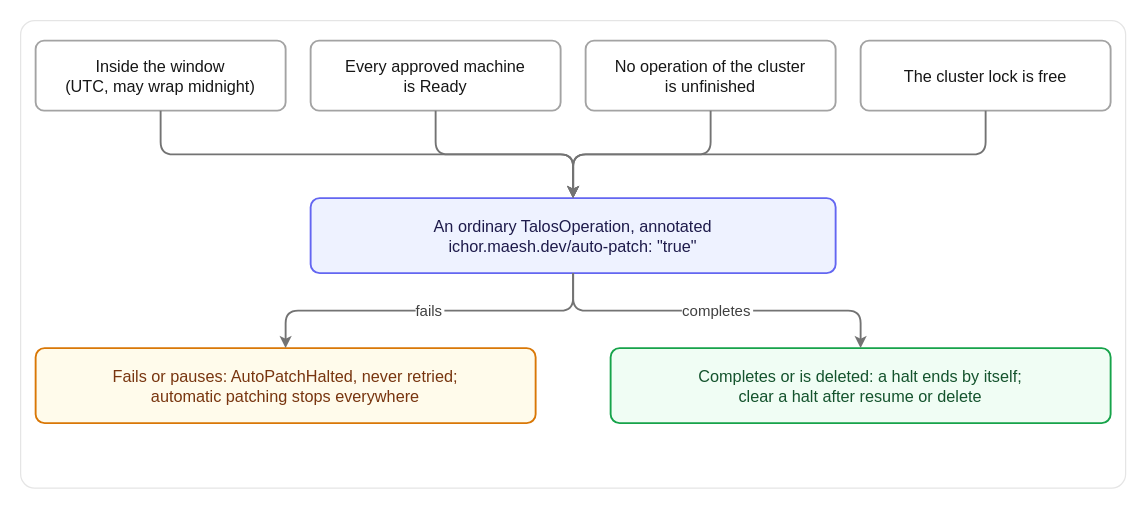
maeshinshin/ichor keeps this draw.io diagram as docs/images/settings-auto-patch-gates.drawio. Above is the earlier version. Source tidied: cells renumbered, new cells numbered last; positions are measured from the earlier drawing's top-left corner, leaving out a move shared by most shapes. Both pictures are drawn from the tidied source at 125%, with x=0, y=0 at pixel (20, 20).
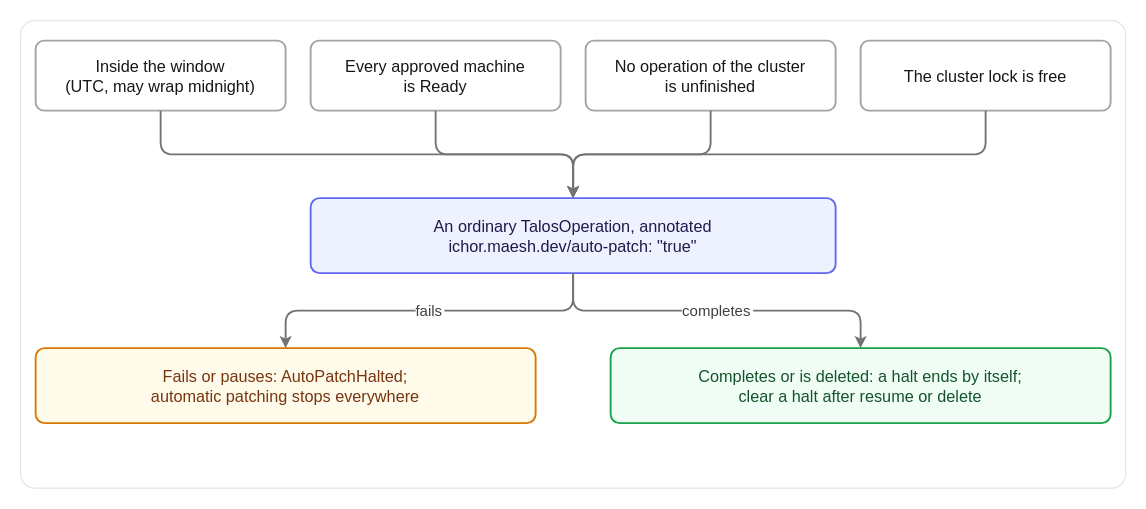
The same page after the edit.

Commit message (it also covers changes not shown here):
docs(settings): shorten the settings pages, drop Cilium from automatic patching

Change to the diagram source:
```diff
@@
 <mxGraphModel>
   <root>
     <mxCell id="0" />
     <mxCell id="1" parent="0" />
     <mxCell id="2" style="rounded=1;arcSize=3;fillColor=light-dark(#FFFFFF,#0A0A0A);strokeColor=light-dark(#E5E5E5,#262626);strokeWidth=1;html=0;" parent="1" vertex="1">
       <mxGeometry width="884" height="374" as="geometry" />
     </mxCell>
     <mxCell id="3" value="Inside the window&#10;(UTC, may wrap midnight)" style="rounded=1;arcSize=12;fillColor=light-dark(#FFFFFF,#1A1A1A);strokeColor=light-dark(#A3A3A3,#525252);strokeWidth=1.5;fontColor=light-dark(#171717,#FAFAFA);fontFamily=Helvetica;fontSize=13;align=center;verticalAlign=middle;html=0;" parent="1" vertex="1">
       <mxGeometry x="12" y="16" width="200" height="56" as="geometry" />
     </mxCell>
     <mxCell id="4" value="Every approved machine&#10;is Ready" style="rounded=1;arcSize=12;fillColor=light-dark(#FFFFFF,#1A1A1A);strokeColor=light-dark(#A3A3A3,#525252);strokeWidth=1.5;fontColor=light-dark(#171717,#FAFAFA);fontFamily=Helvetica;fontSize=13;align=center;verticalAlign=middle;html=0;" parent="1" vertex="1">
       <mxGeometry x="232" y="16" width="200" height="56" as="geometry" />
     </mxCell>
     <mxCell id="5" value="No operation of the cluster&#10;is unfinished" style="rounded=1;arcSize=12;fillColor=light-dark(#FFFFFF,#1A1A1A);strokeColor=light-dark(#A3A3A3,#525252);strokeWidth=1.5;fontColor=light-dark(#171717,#FAFAFA);fontFamily=Helvetica;fontSize=13;align=center;verticalAlign=middle;html=0;" parent="1" vertex="1">
       <mxGeometry x="452" y="16" width="200" height="56" as="geometry" />
     </mxCell>
     <mxCell id="6" value="The cluster lock is free" style="rounded=1;arcSize=12;fillColor=light-dark(#FFFFFF,#1A1A1A);strokeColor=light-dark(#A3A3A3,#525252);strokeWidth=1.5;fontColor=light-dark(#171717,#FAFAFA);fontFamily=Helvetica;fontSize=13;align=center;verticalAlign=middle;html=0;" parent="1" vertex="1">
       <mxGeometry x="672" y="16" width="200" height="56" as="geometry" />
     </mxCell>
     <mxCell id="7" value="An ordinary TalosOperation, annotated&#10;ichor.maesh.dev/auto-patch: &quot;true&quot;" style="rounded=1;arcSize=12;fillColor=light-dark(#EEF2FF,#232553);strokeColor=light-dark(#6366F1,#818CF8);strokeWidth=1.5;fontColor=light-dark(#1E1B4B,#E0E7FF);fontFamily=Helvetica;fontSize=13;align=center;verticalAlign=middle;html=0;" parent="1" vertex="1">
       <mxGeometry x="232" y="142" width="420" height="60" as="geometry" />
     </mxCell>
-    <mxCell id="8" value="Fails or pauses: AutoPatchHalted, never retried;&#10;automatic patching stops everywhere" style="rounded=1;arcSize=12;fillColor=light-dark(#FFFBEB,#2B2008);strokeColor=light-dark(#D97706,#FBBF24);strokeWidth=1.5;fontColor=light-dark(#78350F,#FDE68A);fontFamily=Helvetica;fontSize=13;align=center;verticalAlign=middle;html=0;" parent="1" vertex="1">
+    <mxCell id="8" value="Fails or pauses: AutoPatchHalted;&#10;automatic patching stops everywhere" style="rounded=1;arcSize=12;fillColor=light-dark(#FFFBEB,#2B2008);strokeColor=light-dark(#D97706,#FBBF24);strokeWidth=1.5;fontColor=light-dark(#78350F,#FDE68A);fontFamily=Helvetica;fontSize=13;align=center;verticalAlign=middle;html=0;" parent="1" vertex="1">
       <mxGeometry x="12" y="262" width="400" height="60" as="geometry" />
     </mxCell>
     <mxCell id="9" value="Completes or is deleted: a halt ends by itself;&#10;clear a halt after resume or delete" style="rounded=1;arcSize=12;fillColor=light-dark(#F0FDF4,#0E2A1B);strokeColor=light-dark(#16A34A,#4ADE80);strokeWidth=1.5;fontColor=light-dark(#14532D,#BBF7D0);fontFamily=Helvetica;fontSize=13;align=center;verticalAlign=middle;html=0;" parent="1" vertex="1">
       <mxGeometry x="472" y="262" width="400" height="60" as="geometry" />
     </mxCell>
     <mxCell id="10" style="edgeStyle=orthogonalEdgeStyle;rounded=1;jettySize=auto;html=0;strokeColor=light-dark(#737373,#A3A3A3);strokeWidth=1.5;endArrow=classic;endFill=1;endSize=5;fontFamily=Helvetica;fontSize=12;fontColor=light-dark(#404040,#D4D4D4);exitX=0.5;exitY=1;exitDx=0;exitDy=0;entryX=0.5;entryY=0;entryDx=0;entryDy=0;" parent="1" edge="1" source="3" target="7">
       <mxGeometry relative="1" as="geometry" />
     </mxCell>
     <mxCell id="11" style="edgeStyle=orthogonalEdgeStyle;rounded=1;jettySize=auto;html=0;strokeColor=light-dark(#737373,#A3A3A3);strokeWidth=1.5;endArrow=classic;endFill=1;endSize=5;fontFamily=Helvetica;fontSize=12;fontColor=light-dark(#404040,#D4D4D4);exitX=0.5;exitY=1;exitDx=0;exitDy=0;entryX=0.5;entryY=0;entryDx=0;entryDy=0;" parent="1" edge="1" source="4" target="7">
       <mxGeometry relative="1" as="geometry" />
     </mxCell>
     <mxCell id="12" style="edgeStyle=orthogonalEdgeStyle;rounded=1;jettySize=auto;html=0;strokeColor=light-dark(#737373,#A3A3A3);strokeWidth=1.5;endArrow=classic;endFill=1;endSize=5;fontFamily=Helvetica;fontSize=12;fontColor=light-dark(#404040,#D4D4D4);exitX=0.5;exitY=1;exitDx=0;exitDy=0;entryX=0.5;entryY=0;entryDx=0;entryDy=0;" parent="1" edge="1" source="5" target="7">
       <mxGeometry relative="1" as="geometry" />
     </mxCell>
     <mxCell id="13" style="edgeStyle=orthogonalEdgeStyle;rounded=1;jettySize=auto;html=0;strokeColor=light-dark(#737373,#A3A3A3);strokeWidth=1.5;endArrow=classic;endFill=1;endSize=5;fontFamily=Helvetica;fontSize=12;fontColor=light-dark(#404040,#D4D4D4);exitX=0.5;exitY=1;exitDx=0;exitDy=0;entryX=0.5;entryY=0;entryDx=0;entryDy=0;" parent="1" edge="1" source="6" target="7">
       <mxGeometry relative="1" as="geometry" />
     </mxCell>
     <mxCell id="14" value="fails" style="edgeStyle=orthogonalEdgeStyle;rounded=1;jettySize=auto;html=0;strokeColor=light-dark(#737373,#A3A3A3);strokeWidth=1.5;endArrow=classic;endFill=1;endSize=5;fontFamily=Helvetica;fontSize=12;fontColor=light-dark(#404040,#D4D4D4);exitX=0.5;exitY=1;exitDx=0;exitDy=0;entryX=0.5;entryY=0;entryDx=0;entryDy=0;" parent="1" edge="1" source="7" target="8">
       <mxGeometry relative="1" as="geometry" />
     </mxCell>
     <mxCell id="15" value="completes" style="edgeStyle=orthogonalEdgeStyle;rounded=1;jettySize=auto;html=0;strokeColor=light-dark(#737373,#A3A3A3);strokeWidth=1.5;endArrow=classic;endFill=1;endSize=5;fontFamily=Helvetica;fontSize=12;fontColor=light-dark(#404040,#D4D4D4);exitX=0.5;exitY=1;exitDx=0;exitDy=0;entryX=0.5;entryY=0;entryDx=0;entryDy=0;" parent="1" edge="1" source="7" target="9">
       <mxGeometry relative="1" as="geometry" />
     </mxCell>
   </root>
 </mxGraphModel>
```
